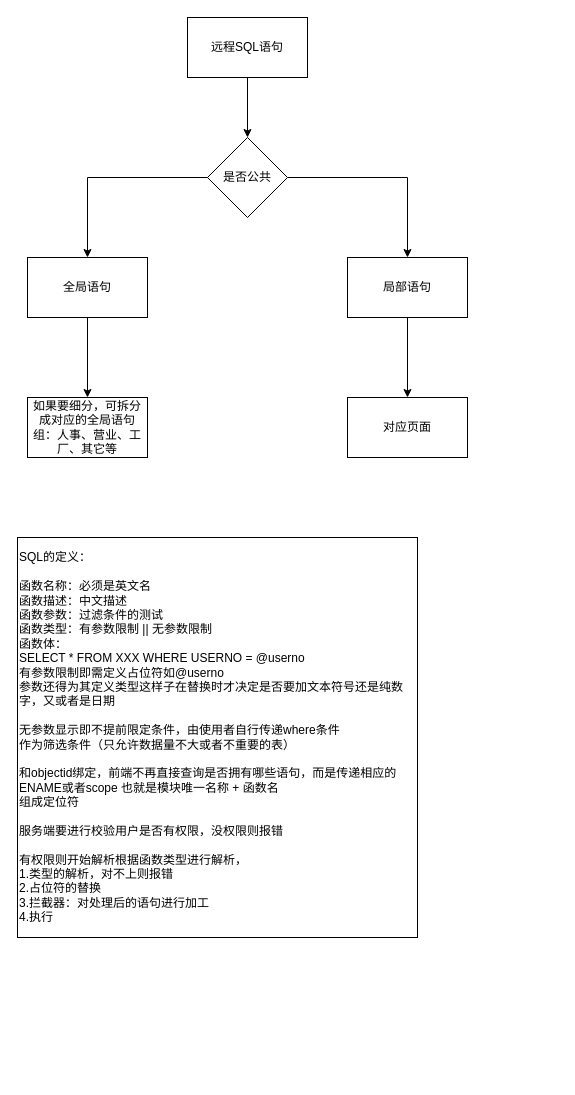
Before: 远程SQL方案.drawio in xxxace/demo-group, a draw.io diagram. Source tidied: cells renumbered, new cells numbered last; positions are measured from the earlier drawing's top-left corner, leaving out a move shared by most shapes. Both pictures are drawn from the tidied source at 100%, with x=0, y=0 at pixel (17, 17).
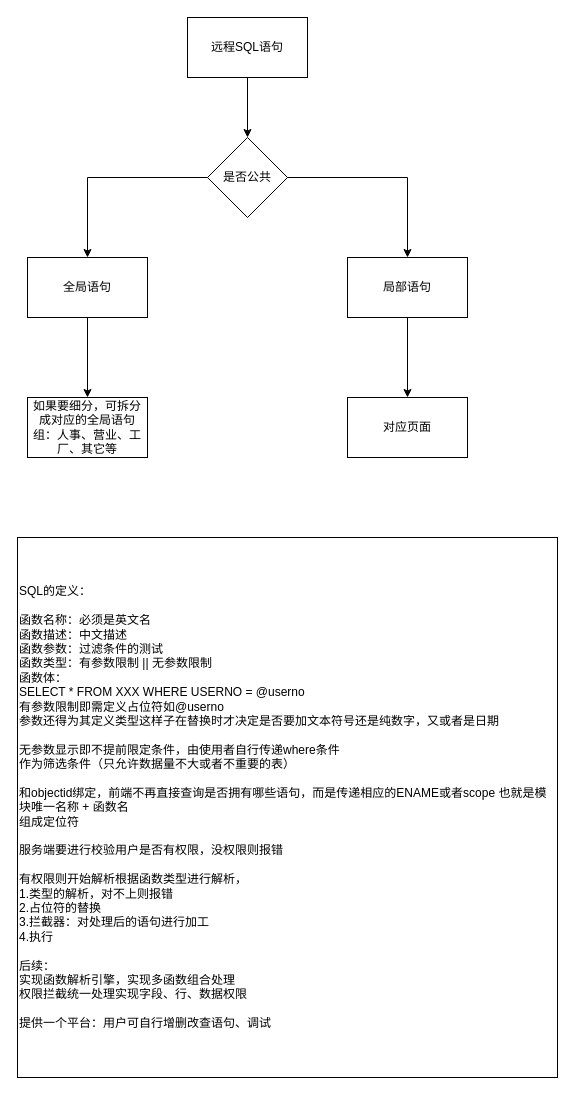
After the change.

Commit message:
更新远程SQL方案.drawio

What changed in the source:
```diff
@@
 <mxGraphModel>
   <root>
     <mxCell id="0" />
     <mxCell id="1" parent="0" />
     <mxCell id="2" style="edgeStyle=orthogonalEdgeStyle;rounded=0;jettySize=auto;html=1;exitX=0.5;exitY=1;exitDx=0;exitDy=0;entryX=0.5;entryY=0;entryDx=0;entryDy=0;" parent="1" edge="1" source="3" target="6">
       <mxGeometry relative="1" as="geometry" />
     </mxCell>
     <mxCell id="3" value="远程SQL语句" style="rounded=0;whiteSpace=wrap;html=1;" parent="1" vertex="1">
       <mxGeometry x="170" width="120" height="60" as="geometry" />
     </mxCell>
     <mxCell id="4" style="edgeStyle=orthogonalEdgeStyle;rounded=0;jettySize=auto;html=1;" parent="1" edge="1" source="6" target="8">
       <mxGeometry relative="1" as="geometry" />
     </mxCell>
     <mxCell id="5" style="edgeStyle=orthogonalEdgeStyle;rounded=0;jettySize=auto;html=1;" parent="1" edge="1" source="6" target="10">
       <mxGeometry relative="1" as="geometry" />
     </mxCell>
     <mxCell id="6" value="是否公共" style="rhombus;whiteSpace=wrap;html=1;" parent="1" vertex="1">
       <mxGeometry x="190" y="120" width="80" height="80" as="geometry" />
     </mxCell>
     <mxCell id="7" style="edgeStyle=orthogonalEdgeStyle;rounded=0;jettySize=auto;html=1;" parent="1" edge="1" source="8" target="11">
       <mxGeometry relative="1" as="geometry" />
     </mxCell>
     <mxCell id="8" value="全局语句" style="whiteSpace=wrap;html=1;" parent="1" vertex="1">
       <mxGeometry x="10" y="240" width="120" height="60" as="geometry" />
     </mxCell>
     <mxCell id="9" style="edgeStyle=orthogonalEdgeStyle;rounded=0;jettySize=auto;html=1;" parent="1" edge="1" source="10" target="12">
       <mxGeometry relative="1" as="geometry" />
     </mxCell>
     <mxCell id="10" value="局部语句" style="whiteSpace=wrap;html=1;" parent="1" vertex="1">
       <mxGeometry x="330" y="240" width="120" height="60" as="geometry" />
     </mxCell>
     <mxCell id="11" value="如果要细分，可拆分成对应的全局语句组：人事、营业、工厂、其它等" style="whiteSpace=wrap;html=1;" parent="1" vertex="1">
       <mxGeometry x="10" y="380" width="120" height="60" as="geometry" />
     </mxCell>
     <mxCell id="12" value="对应页面" style="whiteSpace=wrap;html=1;" parent="1" vertex="1">
       <mxGeometry x="330" y="380" width="120" height="60" as="geometry" />
     </mxCell>
-    <mxCell id="13" value="SQL的定义：&lt;br&gt;&lt;br&gt;函数名称：必须是英文名&lt;br&gt;函数描述：中文描述&lt;br&gt;函数参数：过滤条件的测试&lt;br&gt;函数类型：有参数限制 || 无参数限制&lt;br&gt;函数体：&lt;br&gt;SELECT * FROM XXX WHERE USERNO =&amp;nbsp;@userno&lt;br&gt;有参数限制即需定义占位符如@userno&lt;br&gt;参数还得为其定义类型这样子在替换时才决定是否要加文本符号还是纯数字，又或者是日期&lt;br&gt;&lt;br&gt;无参数显示即不提前限定条件，由使用者自行传递where条件&lt;br&gt;作为筛选条件（只允许数据量不大或者不重要的表）&lt;br&gt;&lt;br&gt;和objectid绑定，前端不再直接查询是否拥有哪些语句，而是传递相应的ENAME或者scope 也就是模块唯一名称 + 函数名&lt;br&gt;组成定位符&lt;br&gt;&lt;br&gt;服务端要进行校验用户是否有权限，没权限则报错&lt;div&gt;&lt;br&gt;&lt;/div&gt;&lt;div&gt;有权限则开始解析根据函数类型进行解析，&lt;/div&gt;&lt;div&gt;1.类型的解析，对不上则报错&lt;/div&gt;&lt;div&gt;2.占位符的替换&lt;/div&gt;&lt;div&gt;3.拦截器：对处理后的语句进行加工&lt;/div&gt;&lt;div&gt;4.执行&lt;/div&gt;" style="whiteSpace=wrap;html=1;align=left;" parent="1" vertex="1">
-      <mxGeometry y="520" width="400" height="400" as="geometry" />
+    <mxCell id="13" value="SQL的定义：&lt;br&gt;&lt;br&gt;函数名称：必须是英文名&lt;br&gt;函数描述：中文描述&lt;br&gt;函数参数：过滤条件的测试&lt;br&gt;函数类型：有参数限制 || 无参数限制&lt;br&gt;函数体：&lt;br&gt;SELECT * FROM XXX WHERE USERNO =&amp;nbsp;@userno&lt;br&gt;有参数限制即需定义占位符如@userno&lt;br&gt;参数还得为其定义类型这样子在替换时才决定是否要加文本符号还是纯数字，又或者是日期&lt;br&gt;&lt;br&gt;无参数显示即不提前限定条件，由使用者自行传递where条件&lt;br&gt;作为筛选条件（只允许数据量不大或者不重要的表）&lt;br&gt;&lt;br&gt;和objectid绑定，前端不再直接查询是否拥有哪些语句，而是传递相应的ENAME或者scope 也就是模块唯一名称 + 函数名&lt;br&gt;组成定位符&lt;br&gt;&lt;br&gt;服务端要进行校验用户是否有权限，没权限则报错&lt;div&gt;&lt;br&gt;&lt;/div&gt;&lt;div&gt;有权限则开始解析根据函数类型进行解析，&lt;/div&gt;&lt;div&gt;1.类型的解析，对不上则报错&lt;/div&gt;&lt;div&gt;2.占位符的替换&lt;/div&gt;&lt;div&gt;3.拦截器：对处理后的语句进行加工&lt;/div&gt;&lt;div&gt;4.执行&lt;/div&gt;&lt;div&gt;&lt;br&gt;&lt;/div&gt;&lt;div&gt;后续：&lt;/div&gt;&lt;div&gt;实现函数解析引擎，实现多函数组合处理&lt;/div&gt;&lt;div&gt;权限拦截统一处理实现字段、行、数据权限&lt;/div&gt;&lt;div&gt;&lt;br&gt;&lt;/div&gt;&lt;div&gt;提供一个平台：用户可自行增删改查语句、调试&lt;/div&gt;" style="whiteSpace=wrap;html=1;align=left;" parent="1" vertex="1">
+      <mxGeometry y="520" width="540" height="540" as="geometry" />
     </mxCell>
   </root>
 </mxGraphModel>
```
